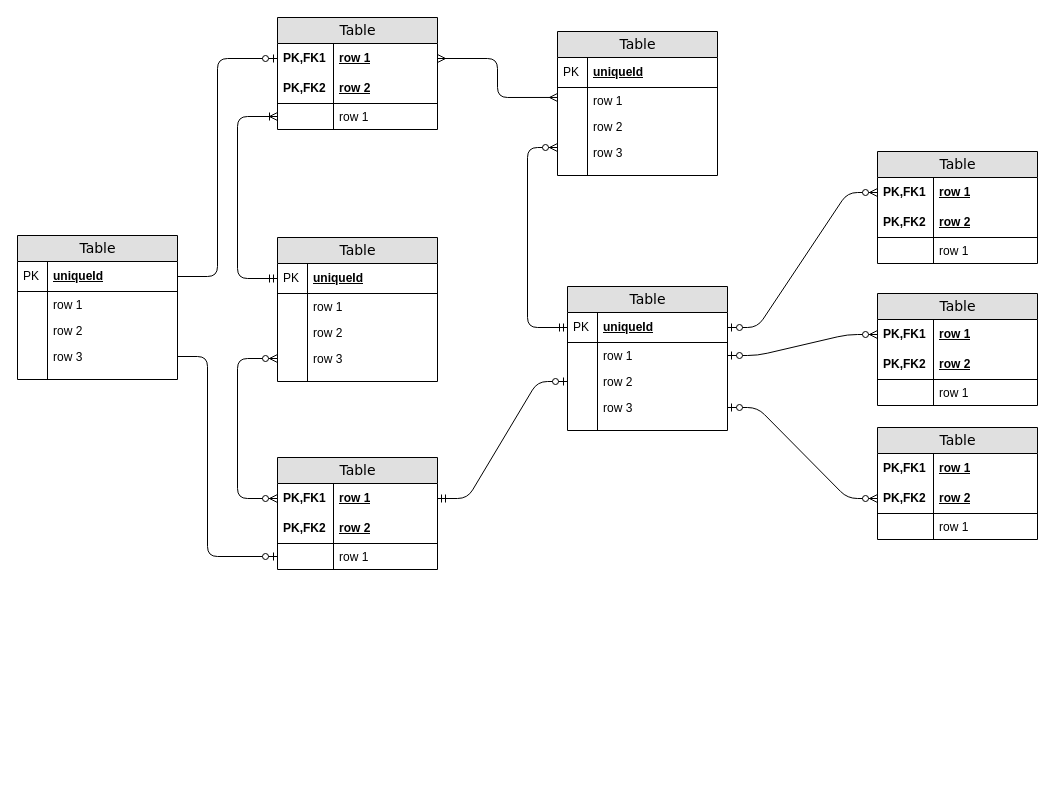
Above: page "Sample" (1 of 2) of 03-Solution Design/03-User Interface/ER Diagram.drawio in Chufeng-Jiang/Java_SpringBoot_DubaiShop_E-Commerce (draw.io), before the change. Source tidied: cells renumbered, new cells numbered last; positions are measured from the earlier drawing's top-left corner, leaving out a move shared by most shapes. Both pictures are drawn from the tidied source at 100%, with x=0, y=0 at pixel (17, 17).
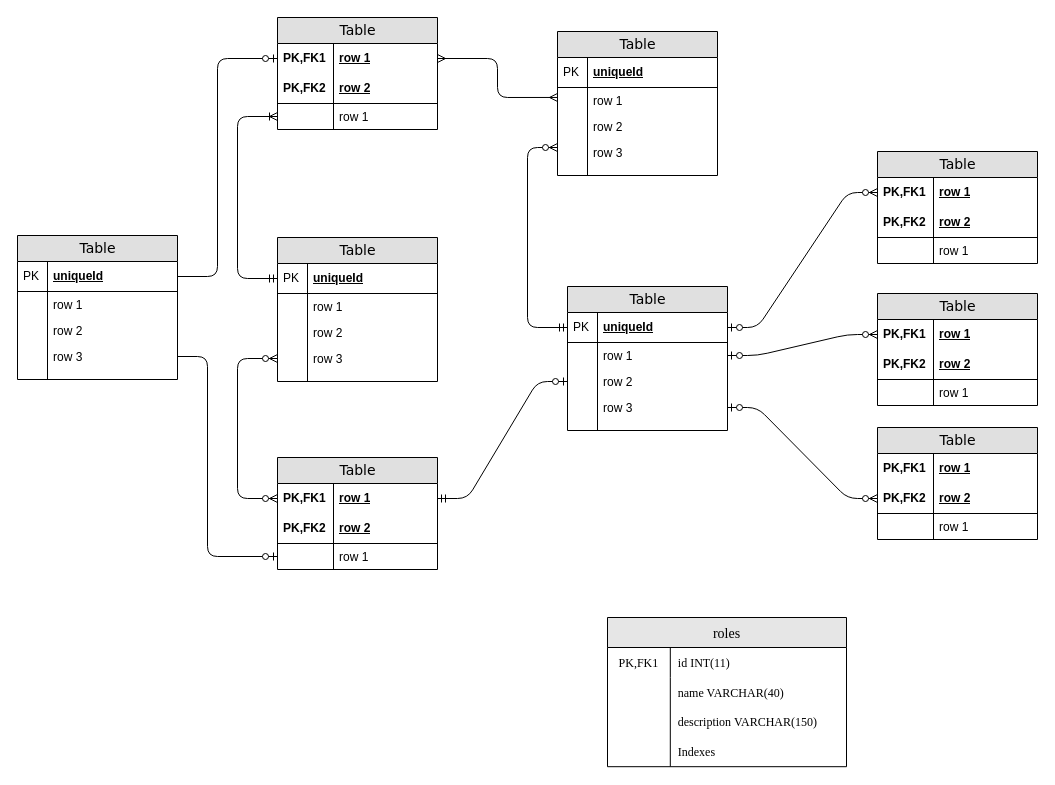
The same diagram, later.

What changed in the source:
```diff
@@
+    <mxCell id="91" value="roles" style="shape=table;startSize=30;childLayout=tableLayout;rowLines=0;fontStyle=0;align=center;labelBackgroundColor=none;fontFamily=Times New Roman;fontSize=14;fillColor=#E6E6E6;" parent="1" vertex="1">
+      <mxGeometry x="590" y="600" width="239" height="149.2" as="geometry" />
+    </mxCell>
+    <mxCell id="92" style="shape=tableRow;horizontal=0;startSize=0;swimlaneHead=0;swimlaneBody=0;fillColor=none;top=0;left=0;right=0;bottom=0;labelBackgroundColor=none;fontFamily=Times New Roman;" parent="91" vertex="1">
+      <mxGeometry y="30" width="239" height="30" as="geometry" />
+    </mxCell>
+    <mxCell id="93" value="PK,FK1" style="shape=partialRectangle;fillColor=none;top=0;left=0;bottom=0;right=0;fontStyle=0;overflow=hidden;labelBackgroundColor=none;fontFamily=Times New Roman;" parent="92" vertex="1">
+      <mxGeometry width="62.8" height="30" as="geometry" />
+    </mxCell>
+    <mxCell id="94" value="id INT(11) " style="shape=partialRectangle;fillColor=none;top=0;left=0;bottom=0;right=0;align=left;spacingLeft=6;fontStyle=0;overflow=hidden;labelBackgroundColor=none;fontFamily=Times New Roman;" parent="92" vertex="1">
+      <mxGeometry x="62.8" width="176.2" height="30" as="geometry" />
+    </mxCell>
+    <mxCell id="95" style="shape=tableRow;horizontal=0;startSize=0;swimlaneHead=0;swimlaneBody=0;fillColor=none;top=0;left=0;right=0;bottom=0;labelBackgroundColor=none;fontFamily=Times New Roman;" parent="91" vertex="1">
+      <mxGeometry y="60" width="239" height="89" as="geometry" />
+    </mxCell>
+    <mxCell id="96" style="shape=partialRectangle;fillColor=none;top=0;left=0;bottom=0;right=0;overflow=hidden;labelBackgroundColor=none;fontFamily=Times New Roman;" parent="95" vertex="1">
+      <mxGeometry width="62.8" height="89" as="geometry" />
+    </mxCell>
+    <mxCell id="97" style="shape=partialRectangle;fillColor=none;top=0;left=0;bottom=0;right=0;align=left;spacingLeft=6;overflow=hidden;labelBackgroundColor=none;fontFamily=Times New Roman;" parent="95" vertex="1">
+      <mxGeometry x="62.8" width="176.2" height="89" as="geometry" />
+    </mxCell>
+    <mxCell id="98" value="name VARCHAR(40)" style="shape=partialRectangle;fillColor=none;top=0;left=0;bottom=0;right=0;align=left;spacingLeft=6;fontStyle=0;overflow=hidden;labelBackgroundColor=none;fontFamily=Times New Roman;" parent="1" vertex="1">
+      <mxGeometry x="652.8" y="660" width="176.2" height="30" as="geometry" />
+    </mxCell>
+    <mxCell id="99" value="description VARCHAR(150)" style="shape=partialRectangle;fillColor=none;top=0;left=0;bottom=0;right=0;align=left;spacingLeft=6;fontStyle=0;overflow=hidden;labelBackgroundColor=none;fontFamily=Times New Roman;" parent="1" vertex="1">
+      <mxGeometry x="652.8" y="689" width="176.2" height="30" as="geometry" />
+    </mxCell>
+    <mxCell id="100" value="Indexes" style="shape=partialRectangle;fillColor=none;top=0;left=0;bottom=0;right=0;align=left;spacingLeft=6;fontStyle=0;overflow=hidden;labelBackgroundColor=none;fontFamily=Times New Roman;" parent="1" vertex="1">
+      <mxGeometry x="652.8" y="719" width="176.2" height="30" as="geometry" />
+    </mxCell>
```
